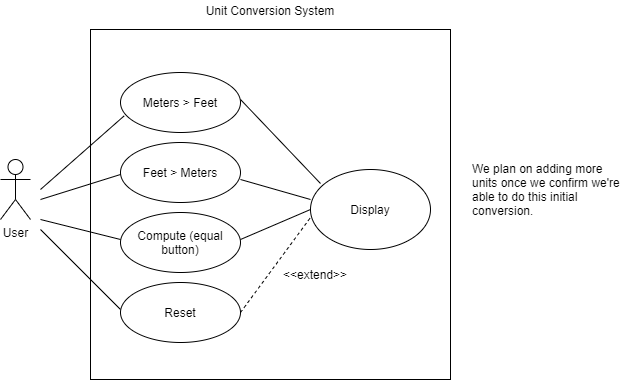
Earlier version of the draw.io export artifacts/functional-models/use-case-diagram3-unit-conversion.png (pratik-stha/GVSU-CIS641-MISCHIEF-MANAGEMENT). Source tidied: cells renumbered, new cells last; positions are measured from the earlier drawing's top-left corner, leaving out a move shared by most shapes.
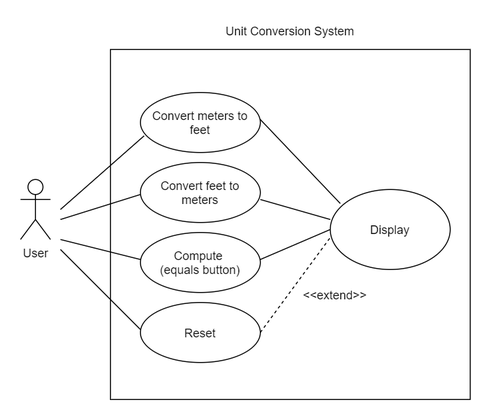
After the commit.

Commit message:
Adjusted wording

What changed in the source:
```diff
@@ -8,13 +8,13 @@
     <mxCell id="3" value="User" style="shape=umlActor;verticalLabelPosition=bottom;verticalAlign=top;html=1;" parent="1" vertex="1">
       <mxGeometry y="159" width="30" height="60" as="geometry" />
     </mxCell>
-    <mxCell id="4" value="Meters &amp;gt; Feet" style="ellipse;whiteSpace=wrap;html=1;" parent="1" vertex="1">
+    <mxCell id="4" value="Convert meters to feet" style="ellipse;whiteSpace=wrap;html=1;" parent="1" vertex="1">
       <mxGeometry x="120" y="72" width="120" height="60" as="geometry" />
     </mxCell>
-    <mxCell id="5" value="Feet &amp;gt; Meters" style="ellipse;whiteSpace=wrap;html=1;" parent="1" vertex="1">
+    <mxCell id="5" value="Convert feet to meters" style="ellipse;whiteSpace=wrap;html=1;" parent="1" vertex="1">
       <mxGeometry x="120" y="142" width="120" height="60" as="geometry" />
     </mxCell>
-    <mxCell id="6" value="Compute (equal button)" style="ellipse;whiteSpace=wrap;html=1;" parent="1" vertex="1">
+    <mxCell id="6" value="Compute &lt;br&gt;(equals button)" style="ellipse;whiteSpace=wrap;html=1;" parent="1" vertex="1">
       <mxGeometry x="120" y="212" width="120" height="60" as="geometry" />
     </mxCell>
     <mxCell id="7" value="Display" style="ellipse;whiteSpace=wrap;html=1;" parent="1" vertex="1">
@@ -72,8 +72,5 @@
         <mxPoint x="320" y="183" as="targetPoint" />
       </mxGeometry>
     </mxCell>
-    <mxCell id="19" value="We plan on adding more units once we confirm we're able to do this initial conversion.&amp;nbsp;" style="text;html=1;strokeColor=none;fillColor=none;align=left;verticalAlign=middle;whiteSpace=wrap;rounded=0;" parent="1" vertex="1">
-      <mxGeometry x="470" y="129" width="160" height="120" as="geometry" />
-    </mxCell>
   </root>
 </mxGraphModel>
```
